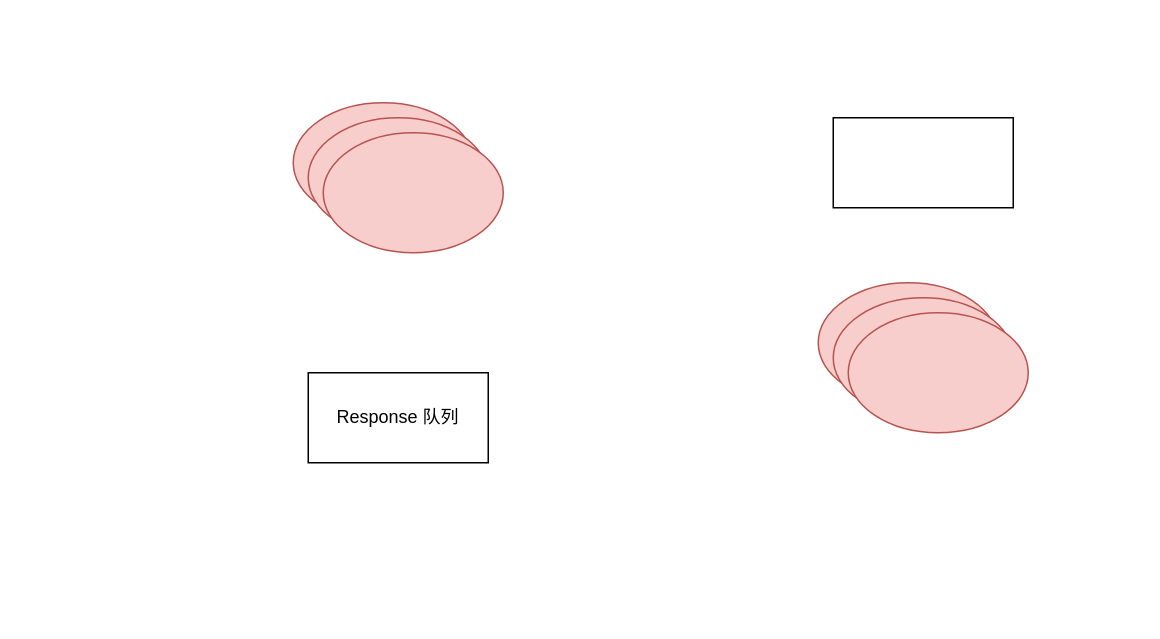
Earlier version of the draw.io diagram request-processing.drawio (longmaple/imooc-mq). Source tidied: cells renumbered, new cells numbered last; positions are measured from the earlier drawing's top-left corner, leaving out a move shared by most shapes. Both pictures are drawn from the tidied source at 150%, with x=0, y=0 at pixel (292, 102).
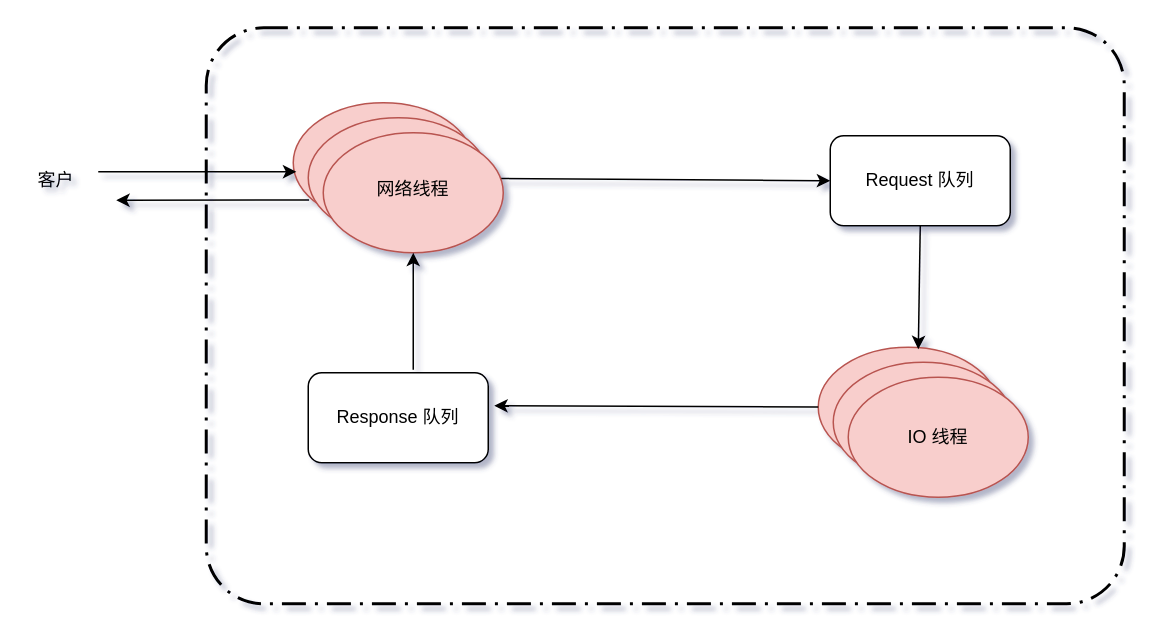
The same page after the edit.

Unchanged cells that the change refers to:
```xml
<mxCell id="2" style="ellipse;whiteSpace=wrap;html=1;fillColor=#f8cecc;strokeColor=#b85450;" parent="1" vertex="1">
  <mxGeometry width="120" height="80" as="geometry" />
</mxCell>
<mxCell id="3" style="ellipse;whiteSpace=wrap;html=1;fillColor=#f8cecc;strokeColor=#b85450;" parent="1" vertex="1">
  <mxGeometry x="10" y="10" width="120" height="80" as="geometry" />
</mxCell>
```

What changed in the source:
```diff
@@
-<mxGraphModel>
+<mxGraphModel background="#ffffff" shadow="1">
@@
+    <mxCell id="10" style="rounded=1;arcSize=10;dashed=1;strokeColor=#000000;fillColor=none;gradientColor=none;dashPattern=8 3 1 3;strokeWidth=2;" parent="1" vertex="1">
+      <mxGeometry x="-58" y="-50" width="612" height="384" as="geometry" />
+    </mxCell>
+    <mxCell id="11" style="endArrow=classic;html=1;entryX=0;entryY=0.5;entryDx=0;entryDy=0;" parent="1" edge="1" source="3" target="8">
+      <mxGeometry relative="1" as="geometry" />
+    </mxCell>
@@
-    <mxCell id="4" style="ellipse;whiteSpace=wrap;html=1;fillColor=#f8cecc;strokeColor=#b85450;" parent="1" vertex="1">
+    <mxCell id="4" value="&lt;p&gt;&lt;br&gt;&lt;/p&gt;" style="ellipse;whiteSpace=wrap;html=1;fillColor=#f8cecc;strokeColor=#b85450;" parent="1" vertex="1">
       <mxGeometry x="20" y="20" width="120" height="80" as="geometry" />
     </mxCell>
     <mxCell id="5" style="ellipse;whiteSpace=wrap;html=1;fillColor=#f8cecc;strokeColor=#b85450;" parent="1" vertex="1">
-      <mxGeometry x="350" y="120" width="120" height="80" as="geometry" />
+      <mxGeometry x="350" y="163" width="120" height="80" as="geometry" />
     </mxCell>
     <mxCell id="6" style="ellipse;whiteSpace=wrap;html=1;fillColor=#f8cecc;strokeColor=#b85450;" parent="1" vertex="1">
-      <mxGeometry x="360" y="130" width="120" height="80" as="geometry" />
+      <mxGeometry x="360" y="173" width="120" height="80" as="geometry" />
     </mxCell>
     <mxCell id="7" style="ellipse;whiteSpace=wrap;html=1;fillColor=#f8cecc;strokeColor=#b85450;" parent="1" vertex="1">
-      <mxGeometry x="370" y="140" width="120" height="80" as="geometry" />
+      <mxGeometry x="370" y="183" width="120" height="80" as="geometry" />
     </mxCell>
-    <mxCell id="8" style="rounded=0;whiteSpace=wrap;html=1;" parent="1" vertex="1">
-      <mxGeometry x="360" y="10" width="120" height="60" as="geometry" />
+    <mxCell id="8" value="Request 队列" style="rounded=1;whiteSpace=wrap;html=1;" parent="1" vertex="1">
+      <mxGeometry x="358" y="22" width="120" height="60" as="geometry" />
     </mxCell>
-    <mxCell id="9" value="Response 队列" style="rounded=0;whiteSpace=wrap;html=1;" parent="1" vertex="1">
+    <mxCell id="9" value="Response 队列" style="rounded=1;whiteSpace=wrap;html=1;" parent="1" vertex="1">
       <mxGeometry x="10" y="180" width="120" height="60" as="geometry" />
     </mxCell>
+    <mxCell id="12" value="网络线程" style="text;html=1;strokeColor=none;fillColor=none;align=center;verticalAlign=middle;whiteSpace=wrap;rounded=0;" parent="1" vertex="1">
+      <mxGeometry x="38" y="34" width="84" height="48" as="geometry" />
+    </mxCell>
+    <mxCell id="13" value="IO 线程" style="text;html=1;strokeColor=none;fillColor=none;align=center;verticalAlign=middle;whiteSpace=wrap;rounded=0;" parent="1" vertex="1">
+      <mxGeometry x="376" y="213" width="108" height="20" as="geometry" />
+    </mxCell>
+    <mxCell id="14" style="endArrow=classic;html=1;exitX=0.5;exitY=1;exitDx=0;exitDy=0;entryX=0.556;entryY=0.017;entryDx=0;entryDy=0;entryPerimeter=0;" parent="1" edge="1" source="8" target="5">
+      <mxGeometry relative="1" as="geometry" />
+    </mxCell>
+    <mxCell id="15" style="endArrow=classic;html=1;" parent="1" edge="1" source="5">
+      <mxGeometry relative="1" as="geometry">
+        <mxPoint x="134" y="202" as="targetPoint" />
+      </mxGeometry>
+    </mxCell>
+    <mxCell id="16" style="endArrow=classic;html=1;entryX=0.017;entryY=0.575;entryDx=0;entryDy=0;entryPerimeter=0;" parent="1" edge="1" target="2">
+      <mxGeometry relative="1" as="geometry">
+        <mxPoint x="-130" y="46" as="sourcePoint" />
+      </mxGeometry>
+    </mxCell>
+    <mxCell id="17" style="endArrow=classic;html=1;entryX=0.5;entryY=1;entryDx=0;entryDy=0;" parent="1" edge="1" target="4">
+      <mxGeometry relative="1" as="geometry">
+        <mxPoint x="80" y="178" as="sourcePoint" />
+      </mxGeometry>
+    </mxCell>
+    <mxCell id="18" style="endArrow=classic;html=1;exitX=0.088;exitY=0.81;exitDx=0;exitDy=0;exitPerimeter=0;" parent="1" edge="1" source="2">
+      <mxGeometry relative="1" as="geometry">
+        <mxPoint x="-118" y="65" as="targetPoint" />
+      </mxGeometry>
+    </mxCell>
+    <mxCell id="19" value="客户" style="text;html=1;strokeColor=none;fillColor=none;align=center;verticalAlign=middle;whiteSpace=wrap;rounded=0;" parent="1" vertex="1">
+      <mxGeometry x="-178" y="42" width="40" height="20" as="geometry" />
+    </mxCell>
```
